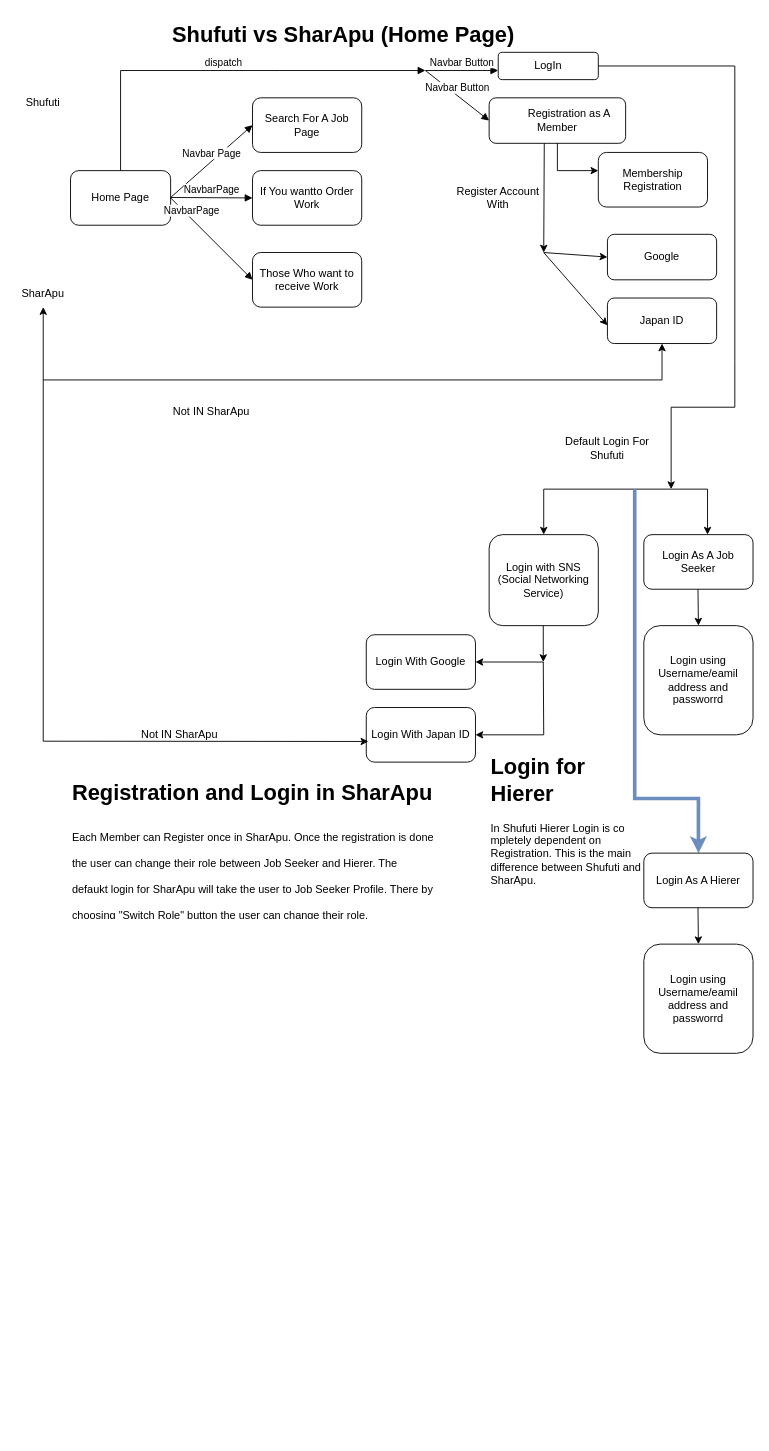
This is System Comparison - Shufuti vs SharApu/Home Page.drawio from SumaiyaTarannumNoor/SharApu-Job-Portal, a draw.io file, before an edit. Source tidied: cells renumbered, new cells numbered last; positions are measured from the earlier drawing's top-left corner, leaving out a move shared by most shapes. Both pictures are drawn from the tidied source at 91%, with x=0, y=0 at pixel (15, 15).
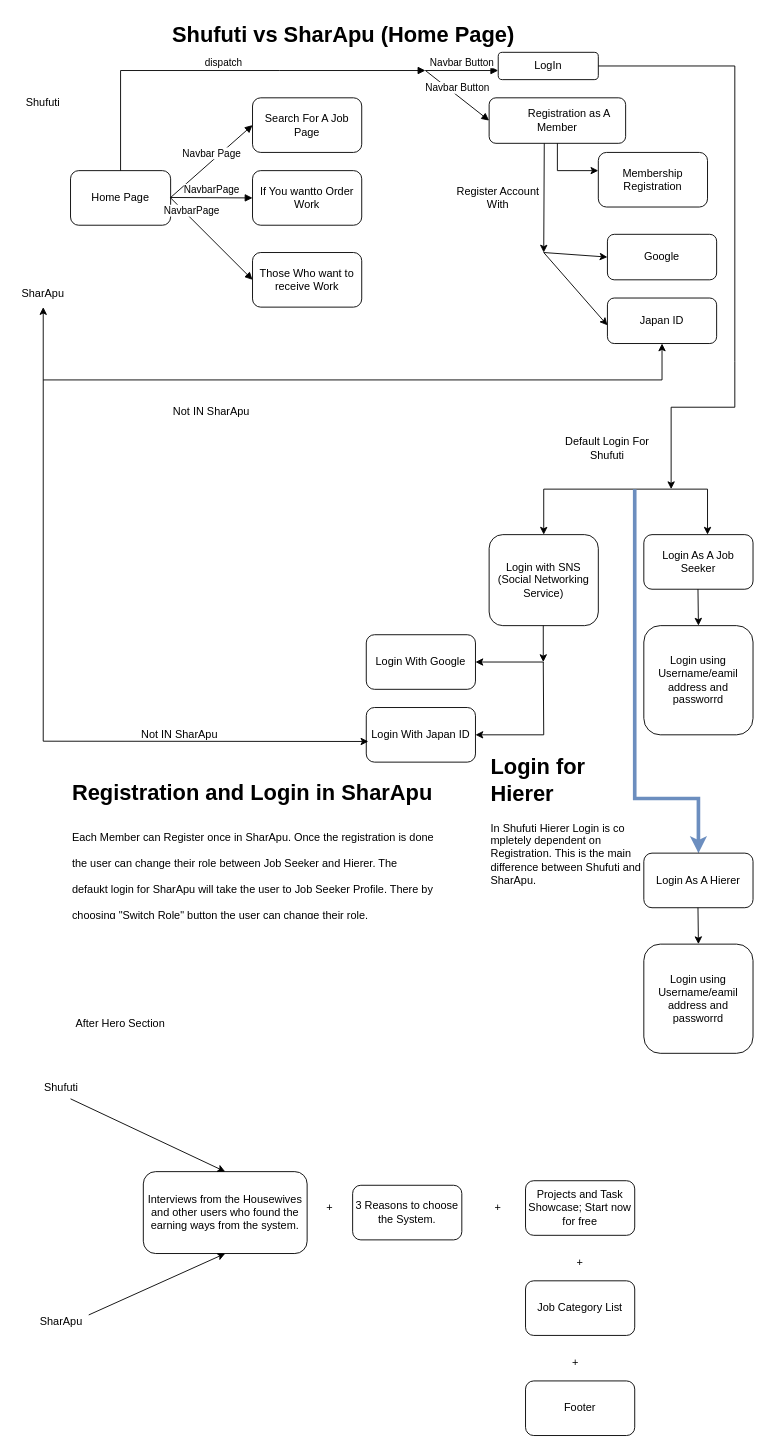
Above is the later version.

Change to the diagram source:
```diff
@@
+    <mxCell id="50" value="After Hero Section&lt;div&gt;&lt;br&gt;&lt;/div&gt;" style="text;html=1;align=center;verticalAlign=middle;whiteSpace=wrap;rounded=0;" parent="1" vertex="1">
+      <mxGeometry x="50" y="1100" width="130" height="30" as="geometry" />
+    </mxCell>
+    <mxCell id="51" value="Shufuti&lt;div&gt;&lt;br&gt;&lt;/div&gt;" style="text;html=1;align=center;verticalAlign=middle;whiteSpace=wrap;rounded=0;" parent="1" vertex="1">
+      <mxGeometry x="20" y="1170" width="60" height="30" as="geometry" />
+    </mxCell>
+    <mxCell id="52" value="SharApu" style="text;html=1;align=center;verticalAlign=middle;whiteSpace=wrap;rounded=0;" parent="1" vertex="1">
+      <mxGeometry x="20" y="1420" width="60" height="30" as="geometry" />
+    </mxCell>
+    <mxCell id="53" value="Interviews from the Housewives and other users who found the earning ways from the system." style="rounded=1;whiteSpace=wrap;html=1;" parent="1" vertex="1">
+      <mxGeometry x="140" y="1270" width="180" height="90" as="geometry" />
+    </mxCell>
+    <mxCell id="54" style="endArrow=classic;html=1;rounded=0;entryX=0.5;entryY=1;entryDx=0;entryDy=0;exitX=1;exitY=0.25;exitDx=0;exitDy=0;" parent="1" edge="1" source="52" target="53">
+      <mxGeometry relative="1" as="geometry" />
+    </mxCell>
+    <mxCell id="55" style="endArrow=classic;html=1;rounded=0;entryX=0.5;entryY=0;entryDx=0;entryDy=0;" parent="1" edge="1" target="53">
+      <mxGeometry relative="1" as="geometry">
+        <mxPoint x="60" y="1190" as="sourcePoint" />
+      </mxGeometry>
+    </mxCell>
+    <mxCell id="56" value="+" style="text;html=1;align=center;verticalAlign=middle;whiteSpace=wrap;rounded=0;" parent="1" vertex="1">
+      <mxGeometry x="320" y="1300" width="50" height="20" as="geometry" />
+    </mxCell>
+    <mxCell id="57" value="3 Reasons to choose the System." style="rounded=1;whiteSpace=wrap;html=1;" parent="1" vertex="1">
+      <mxGeometry x="370" y="1285" width="120" height="60" as="geometry" />
+    </mxCell>
+    <mxCell id="58" value="+" style="text;html=1;align=center;verticalAlign=middle;whiteSpace=wrap;rounded=0;" parent="1" vertex="1">
+      <mxGeometry x="505" y="1300" width="50" height="20" as="geometry" />
+    </mxCell>
+    <mxCell id="59" value="Projects and Task Showcase; Start now for free" style="rounded=1;whiteSpace=wrap;html=1;" parent="1" vertex="1">
+      <mxGeometry x="560" y="1280" width="120" height="60" as="geometry" />
+    </mxCell>
+    <mxCell id="60" value="+" style="text;html=1;align=center;verticalAlign=middle;whiteSpace=wrap;rounded=0;" parent="1" vertex="1">
+      <mxGeometry x="595" y="1360" width="50" height="20" as="geometry" />
+    </mxCell>
+    <mxCell id="61" value="Job Category List" style="rounded=1;whiteSpace=wrap;html=1;" parent="1" vertex="1">
+      <mxGeometry x="560" y="1390" width="120" height="60" as="geometry" />
+    </mxCell>
+    <mxCell id="62" value="+" style="text;html=1;align=center;verticalAlign=middle;whiteSpace=wrap;rounded=0;" parent="1" vertex="1">
+      <mxGeometry x="590" y="1470" width="50" height="20" as="geometry" />
+    </mxCell>
+    <mxCell id="63" value="Footer" style="rounded=1;whiteSpace=wrap;html=1;" parent="1" vertex="1">
+      <mxGeometry x="560" y="1500" width="120" height="60" as="geometry" />
+    </mxCell>
```
